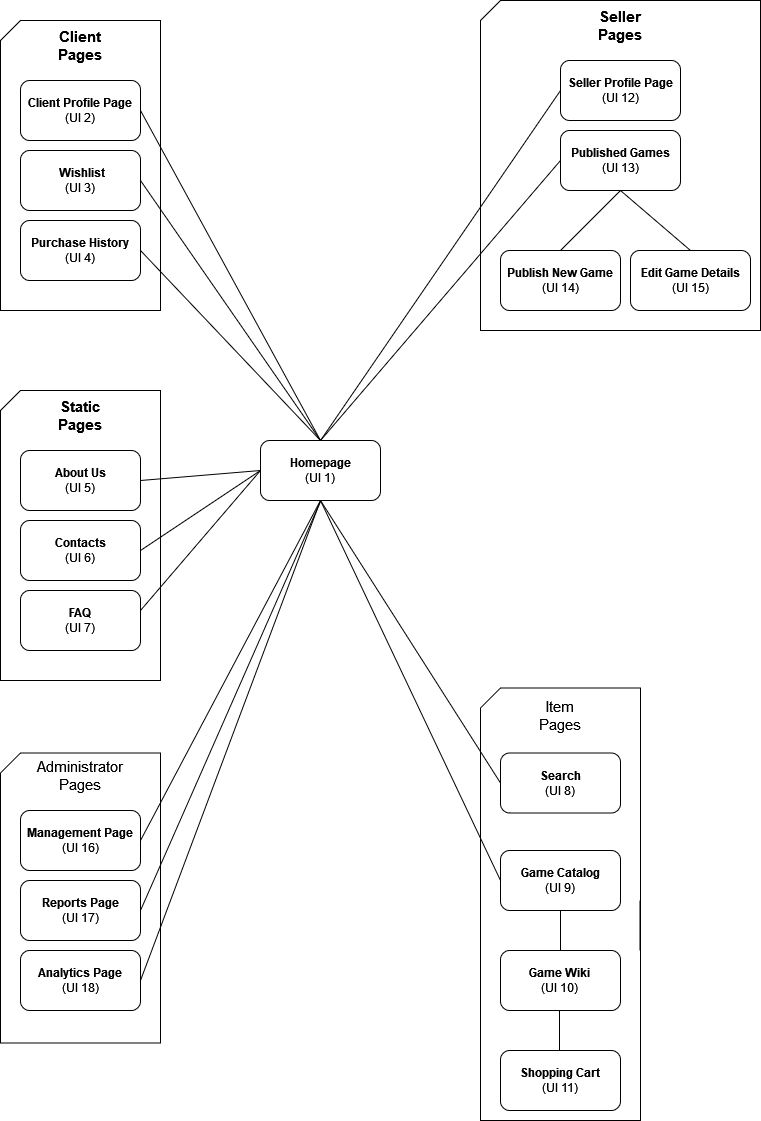
Earlier version of the draw.io export assets/sitemap.png (YZ1GO/L.EIC023_LBAW_PRJ). Source tidied: cells renumbered, new cells last; positions are measured from the earlier drawing's top-left corner, leaving out a move shared by most shapes.
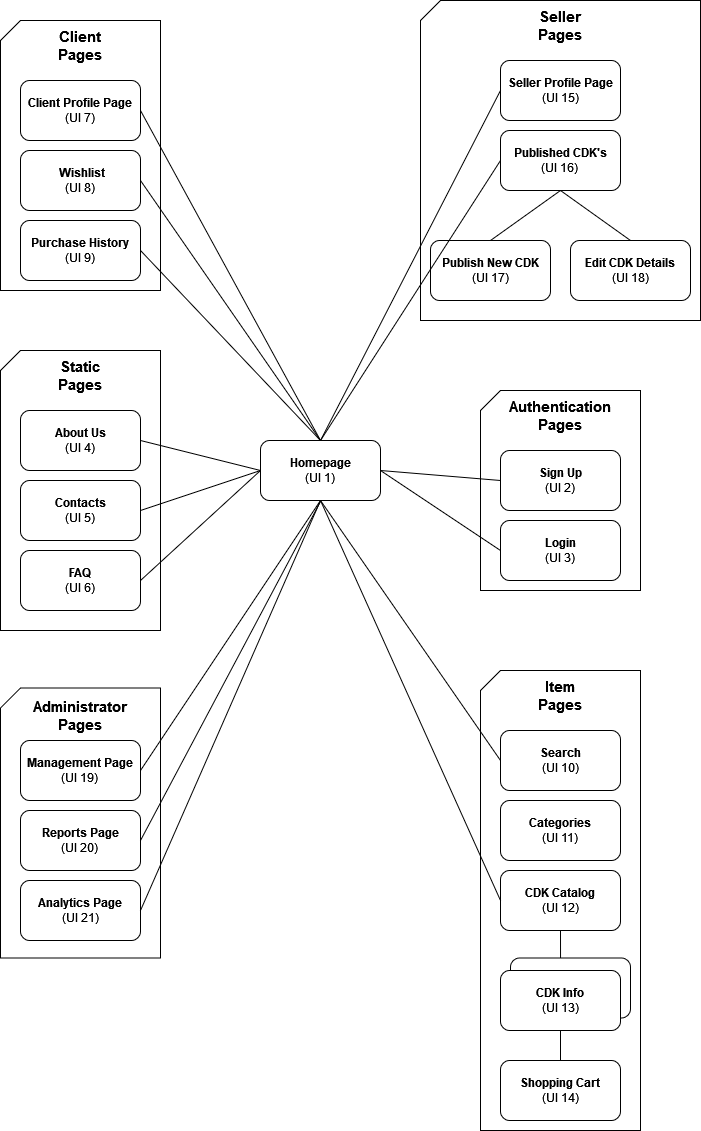
After the commit.

Commit message:
Changing sitemap to meet all checklist points and adding it to Readme file.

Change to the diagram source:
```diff
@@ -3,67 +3,61 @@
     <mxCell id="0" />
     <mxCell id="1" parent="0" />
     <mxCell id="2" style="verticalLabelPosition=bottom;verticalAlign=top;html=1;shape=card;whiteSpace=wrap;size=20;arcSize=12;direction=east;" parent="1" vertex="1">
-      <mxGeometry y="752.5" width="160" height="290" as="geometry" />
+      <mxGeometry y="687.5" width="160" height="270" as="geometry" />
     </mxCell>
-    <mxCell id="3" value="&lt;font style=&quot;font-size: 15px;&quot;&gt;Administrator Pages&lt;/font&gt;" style="text;html=1;align=center;verticalAlign=middle;whiteSpace=wrap;rounded=0;" parent="1" vertex="1">
-      <mxGeometry x="50" y="760" width="60" height="30" as="geometry" />
+    <mxCell id="3" value="&lt;font style=&quot;font-size: 15px;&quot;&gt;Administrator Pages&lt;/font&gt;" style="text;html=1;align=center;verticalAlign=middle;whiteSpace=wrap;rounded=0;fontStyle=1;" parent="1" vertex="1">
+      <mxGeometry x="50" y="700" width="60" height="30" as="geometry" />
     </mxCell>
-    <mxCell id="4" value="&lt;div&gt;&lt;b&gt;Analytics Page&lt;/b&gt;&lt;/div&gt;(UI 18)" style="rounded=1;whiteSpace=wrap;html=1;" parent="1" vertex="1">
-      <mxGeometry x="20" y="950" width="120" height="60" as="geometry" />
+    <mxCell id="4" value="&lt;div&gt;&lt;b&gt;Analytics Page&lt;/b&gt;&lt;/div&gt;(UI 21)" style="rounded=1;whiteSpace=wrap;html=1;" parent="1" vertex="1">
+      <mxGeometry x="20" y="880" width="120" height="60" as="geometry" />
     </mxCell>
-    <mxCell id="5" value="&lt;div&gt;&lt;b&gt;Reports Page&lt;/b&gt;&lt;/div&gt;(UI 17)" style="rounded=1;whiteSpace=wrap;html=1;" parent="1" vertex="1">
-      <mxGeometry x="20" y="880" width="120" height="60" as="geometry" />
+    <mxCell id="5" value="&lt;div&gt;&lt;b&gt;Reports Page&lt;/b&gt;&lt;/div&gt;&lt;div&gt;(UI 20)&lt;br&gt;&lt;/div&gt;" style="rounded=1;whiteSpace=wrap;html=1;" parent="1" vertex="1">
+      <mxGeometry x="20" y="810" width="120" height="60" as="geometry" />
     </mxCell>
-    <mxCell id="6" value="&lt;div&gt;&lt;b&gt;Management Page&lt;/b&gt;&lt;/div&gt;(UI 16)" style="rounded=1;whiteSpace=wrap;html=1;" parent="1" vertex="1">
-      <mxGeometry x="20" y="810" width="120" height="60" as="geometry" />
+    <mxCell id="6" value="&lt;div&gt;&lt;b&gt;Management Page&lt;/b&gt;&lt;/div&gt;&lt;div&gt;(UI 19)&lt;br&gt;&lt;/div&gt;" style="rounded=1;whiteSpace=wrap;html=1;" parent="1" vertex="1">
+      <mxGeometry x="20" y="740" width="120" height="60" as="geometry" />
     </mxCell>
     <mxCell id="7" style="verticalLabelPosition=bottom;verticalAlign=top;html=1;shape=card;whiteSpace=wrap;size=20;arcSize=12;direction=east;" parent="1" vertex="1">
-      <mxGeometry y="20" width="160" height="290" as="geometry" />
+      <mxGeometry y="20" width="160" height="270" as="geometry" />
     </mxCell>
     <mxCell id="8" value="&lt;font style=&quot;font-size: 15px;&quot;&gt;&lt;b&gt;Client Pages&lt;/b&gt;&lt;/font&gt;" style="text;html=1;align=center;verticalAlign=middle;whiteSpace=wrap;rounded=0;" parent="1" vertex="1">
       <mxGeometry x="50" y="30" width="60" height="30" as="geometry" />
     </mxCell>
-    <mxCell id="9" value="&lt;div&gt;&lt;b&gt;&amp;nbsp;Wishlist&lt;/b&gt;&lt;/div&gt;(UI 3)" style="rounded=1;whiteSpace=wrap;html=1;" parent="1" vertex="1">
+    <mxCell id="9" value="&lt;div&gt;&lt;b&gt;&amp;nbsp;Wishlist&lt;/b&gt;&lt;/div&gt;(UI 8)" style="rounded=1;whiteSpace=wrap;html=1;" parent="1" vertex="1">
       <mxGeometry x="20" y="150" width="120" height="60" as="geometry" />
     </mxCell>
-    <mxCell id="10" value="&lt;div&gt;&lt;b&gt;Purchase History&lt;/b&gt;&lt;/div&gt;&lt;div&gt;(UI 4)&lt;b&gt;&lt;br&gt;&lt;/b&gt;&lt;/div&gt;" style="rounded=1;whiteSpace=wrap;html=1;" parent="1" vertex="1">
+    <mxCell id="10" value="&lt;div&gt;&lt;b&gt;Purchase History&lt;/b&gt;&lt;/div&gt;(UI 9)" style="rounded=1;whiteSpace=wrap;html=1;" parent="1" vertex="1">
       <mxGeometry x="20" y="220" width="120" height="60" as="geometry" />
     </mxCell>
-    <mxCell id="11" value="&lt;div&gt;&lt;b&gt;Client Profile Page&lt;/b&gt;&lt;/div&gt;(UI 2)" style="rounded=1;whiteSpace=wrap;html=1;" parent="1" vertex="1">
-      <mxGeometry x="20" y="80" width="120" height="60" as="geometry" />
-    </mxCell>
     <mxCell id="12" style="verticalLabelPosition=bottom;verticalAlign=top;html=1;shape=card;whiteSpace=wrap;size=20;arcSize=12;direction=east;" parent="1" vertex="1">
-      <mxGeometry x="480" width="280" height="330" as="geometry" />
+      <mxGeometry x="420" width="280" height="320" as="geometry" />
     </mxCell>
     <mxCell id="13" value="&lt;b&gt;&lt;font style=&quot;font-size: 15px;&quot;&gt;Seller Pages&lt;/font&gt;&lt;/b&gt;" style="text;html=1;align=center;verticalAlign=middle;whiteSpace=wrap;rounded=0;" parent="1" vertex="1">
-      <mxGeometry x="590" y="10" width="60" height="30" as="geometry" />
+      <mxGeometry x="530" y="10" width="60" height="30" as="geometry" />
     </mxCell>
-    <mxCell id="14" value="&lt;div&gt;&lt;b&gt;Seller Profile Page&lt;/b&gt;&lt;/div&gt;(UI 12)" style="rounded=1;whiteSpace=wrap;html=1;" parent="1" vertex="1">
-      <mxGeometry x="560" y="60" width="120" height="60" as="geometry" />
-    </mxCell>
-    <mxCell id="15" value="&lt;div&gt;&lt;b&gt;Published Games&lt;/b&gt;&lt;/div&gt;(UI 13)" style="rounded=1;whiteSpace=wrap;html=1;" parent="1" vertex="1">
-      <mxGeometry x="560" y="130" width="120" height="60" as="geometry" />
+    <mxCell id="15" value="&lt;div&gt;&lt;b&gt;Published CDK's&lt;/b&gt;&lt;/div&gt;&lt;div&gt;(UI 16)&lt;b&gt;&lt;br&gt;&lt;/b&gt;&lt;/div&gt;" style="rounded=1;whiteSpace=wrap;html=1;" parent="1" vertex="1">
+      <mxGeometry x="500" y="130" width="120" height="60" as="geometry" />
     </mxCell>
     <mxCell id="16" style="endArrow=none;html=1;rounded=0;exitX=0.5;exitY=1;exitDx=0;exitDy=0;entryX=0.5;entryY=0;entryDx=0;entryDy=0;" parent="1" edge="1" source="15" target="18">
       <mxGeometry relative="1" as="geometry" />
     </mxCell>
-    <mxCell id="17" value="&lt;div&gt;&lt;b&gt;Edit Game Details&lt;/b&gt;&lt;/div&gt;(UI 15)" style="rounded=1;whiteSpace=wrap;html=1;" parent="1" vertex="1">
-      <mxGeometry x="630" y="250" width="120" height="60" as="geometry" />
+    <mxCell id="17" value="&lt;div&gt;&lt;b&gt;Edit CDK Details&lt;/b&gt;&lt;/div&gt;(UI 18)" style="rounded=1;whiteSpace=wrap;html=1;" parent="1" vertex="1">
+      <mxGeometry x="570" y="240" width="120" height="60" as="geometry" />
     </mxCell>
-    <mxCell id="18" value="&lt;div&gt;&lt;b&gt;Publish New Game&lt;/b&gt;&lt;/div&gt;(UI 14)" style="rounded=1;whiteSpace=wrap;html=1;" parent="1" vertex="1">
-      <mxGeometry x="500" y="250" width="120" height="60" as="geometry" />
+    <mxCell id="18" value="&lt;div&gt;&lt;b&gt;Publish New CDK&lt;/b&gt;&lt;/div&gt;(UI 17)" style="rounded=1;whiteSpace=wrap;html=1;" parent="1" vertex="1">
+      <mxGeometry x="430" y="240" width="120" height="60" as="geometry" />
     </mxCell>
     <mxCell id="19" style="verticalLabelPosition=bottom;verticalAlign=top;html=1;shape=card;whiteSpace=wrap;size=20;arcSize=12;direction=east;" parent="1" vertex="1">
-      <mxGeometry y="390" width="160" height="290" as="geometry" />
+      <mxGeometry y="350" width="160" height="280" as="geometry" />
     </mxCell>
     <mxCell id="20" value="&lt;font style=&quot;font-size: 15px;&quot;&gt;&lt;b&gt;Static Pages&lt;/b&gt;&lt;/font&gt;" style="text;html=1;align=center;verticalAlign=middle;whiteSpace=wrap;rounded=0;" parent="1" vertex="1">
-      <mxGeometry x="50" y="400" width="60" height="30" as="geometry" />
+      <mxGeometry x="50" y="360" width="60" height="30" as="geometry" />
     </mxCell>
-    <mxCell id="21" value="&lt;div&gt;&lt;b&gt;Contacts&lt;/b&gt;&lt;/div&gt;&lt;div&gt;(UI 6)&lt;br&gt;&lt;/div&gt;" style="rounded=1;whiteSpace=wrap;html=1;" parent="1" vertex="1">
-      <mxGeometry x="20" y="520" width="120" height="60" as="geometry" />
+    <mxCell id="21" value="&lt;div&gt;&lt;b&gt;Contacts&lt;/b&gt;&lt;/div&gt;(UI 5)" style="rounded=1;whiteSpace=wrap;html=1;" parent="1" vertex="1">
+      <mxGeometry x="20" y="480" width="120" height="60" as="geometry" />
     </mxCell>
-    <mxCell id="22" value="&lt;div&gt;&lt;b&gt;About Us&lt;/b&gt;&lt;/div&gt;&lt;div&gt;(UI 5)&lt;b&gt;&lt;br&gt;&lt;/b&gt;&lt;/div&gt;" style="rounded=1;whiteSpace=wrap;html=1;" parent="1" vertex="1">
-      <mxGeometry x="20" y="450" width="120" height="60" as="geometry" />
+    <mxCell id="22" value="&lt;div&gt;&lt;b&gt;About Us&lt;/b&gt;&lt;/div&gt;(UI 4)" style="rounded=1;whiteSpace=wrap;html=1;" parent="1" vertex="1">
+      <mxGeometry x="20" y="410" width="120" height="60" as="geometry" />
     </mxCell>
     <mxCell id="23" value="&lt;div&gt;&lt;b&gt;Homepage&lt;/b&gt;&lt;/div&gt;(UI 1)" style="rounded=1;whiteSpace=wrap;html=1;" parent="1" vertex="1">
       <mxGeometry x="260" y="440" width="120" height="60" as="geometry" />
@@ -76,7 +70,7 @@
         <mxPoint x="320" y="440" as="sourcePoint" />
       </mxGeometry>
     </mxCell>
-    <mxCell id="26" style="endArrow=none;html=1;rounded=0;entryX=1;entryY=0.5;entryDx=0;entryDy=0;exitX=0.5;exitY=0;exitDx=0;exitDy=0;" parent="1" edge="1" source="23" target="11">
+    <mxCell id="26" style="endArrow=none;html=1;rounded=0;entryX=1;entryY=0.5;entryDx=0;entryDy=0;exitX=0.5;exitY=0;exitDx=0;exitDy=0;" parent="1" edge="1" source="23" target="48">
       <mxGeometry relative="1" as="geometry" />
     </mxCell>
     <mxCell id="27" style="endArrow=none;html=1;rounded=0;entryX=1;entryY=0.5;entryDx=0;entryDy=0;exitX=0.5;exitY=0;exitDx=0;exitDy=0;" parent="1" edge="1" source="23" target="9">
@@ -89,22 +83,22 @@
       <mxGeometry relative="1" as="geometry" />
     </mxCell>
     <mxCell id="30" style="verticalLabelPosition=bottom;verticalAlign=top;html=1;shape=card;whiteSpace=wrap;size=20;arcSize=12;direction=east;" parent="1" vertex="1">
-      <mxGeometry x="480" y="687.5" width="160" height="432.5" as="geometry" />
+      <mxGeometry x="480" y="670" width="160" height="460" as="geometry" />
     </mxCell>
-    <mxCell id="31" value="&lt;font style=&quot;font-size: 15px;&quot;&gt;Item Pages&lt;/font&gt;" style="text;html=1;align=center;verticalAlign=middle;whiteSpace=wrap;rounded=0;" parent="1" vertex="1">
-      <mxGeometry x="530" y="700" width="60" height="30" as="geometry" />
+    <mxCell id="31" value="&lt;font style=&quot;font-size: 15px;&quot;&gt;Item Pages&lt;/font&gt;" style="text;html=1;align=center;verticalAlign=middle;whiteSpace=wrap;rounded=0;fontStyle=1;" parent="1" vertex="1">
+      <mxGeometry x="530" y="680" width="60" height="30" as="geometry" />
     </mxCell>
-    <mxCell id="32" value="&lt;div&gt;&lt;b&gt;Search&lt;/b&gt;&lt;/div&gt;(UI 8)" style="rounded=1;whiteSpace=wrap;html=1;" parent="1" vertex="1">
-      <mxGeometry x="500" y="752.5" width="120" height="60" as="geometry" />
+    <mxCell id="32" value="&lt;div&gt;&lt;b&gt;Search&lt;/b&gt;&lt;/div&gt;(UI 10)" style="rounded=1;whiteSpace=wrap;html=1;" parent="1" vertex="1">
+      <mxGeometry x="500" y="730" width="120" height="60" as="geometry" />
     </mxCell>
-    <mxCell id="33" value="&lt;div&gt;&lt;b&gt;Game Catalog&lt;/b&gt;&lt;/div&gt;(UI 9)" style="rounded=1;whiteSpace=wrap;html=1;" parent="1" vertex="1">
-      <mxGeometry x="500" y="850" width="120" height="60" as="geometry" />
+    <mxCell id="33" value="&lt;div&gt;&lt;b&gt;CDK Catalog&lt;/b&gt;&lt;/div&gt;(UI 12)" style="rounded=1;whiteSpace=wrap;html=1;" parent="1" vertex="1">
+      <mxGeometry x="500" y="870" width="120" height="60" as="geometry" />
     </mxCell>
-    <mxCell id="34" value="&lt;div&gt;&lt;b&gt;Game Wiki&lt;br&gt;&lt;/b&gt;&lt;/div&gt;(UI 10)" style="rounded=1;whiteSpace=wrap;html=1;" parent="1" vertex="1">
-      <mxGeometry x="500" y="950" width="120" height="60" as="geometry" />
+    <mxCell id="34" style="rounded=1;whiteSpace=wrap;html=1;" parent="1" vertex="1">
+      <mxGeometry x="510" y="957.5" width="120" height="60" as="geometry" />
     </mxCell>
-    <mxCell id="35" value="&lt;div&gt;&lt;b&gt;Shopping Cart&lt;/b&gt;&lt;/div&gt;(UI 11)" style="rounded=1;whiteSpace=wrap;html=1;" parent="1" vertex="1">
-      <mxGeometry x="500" y="1050" width="120" height="60" as="geometry" />
+    <mxCell id="35" value="&lt;div&gt;&lt;b&gt;Shopping Cart&lt;/b&gt;&lt;/div&gt;(UI 14)" style="rounded=1;whiteSpace=wrap;html=1;" parent="1" vertex="1">
+      <mxGeometry x="500" y="1060" width="120" height="60" as="geometry" />
     </mxCell>
     <mxCell id="36" style="endArrow=none;html=1;rounded=0;exitX=1;exitY=0.5;exitDx=0;exitDy=0;entryX=0;entryY=0.5;entryDx=0;entryDy=0;" parent="1" edge="1" source="6">
       <mxGeometry relative="1" as="geometry">
@@ -122,39 +116,65 @@
     <mxCell id="39" style="endArrow=none;html=1;rounded=0;exitX=0.5;exitY=1;exitDx=0;exitDy=0;entryX=0.5;entryY=0;entryDx=0;entryDy=0;" parent="1" edge="1" source="15" target="17">
       <mxGeometry relative="1" as="geometry" />
     </mxCell>
-    <mxCell id="40" style="endArrow=none;html=1;rounded=0;exitX=0.5;exitY=0;exitDx=0;exitDy=0;entryX=0;entryY=0.5;entryDx=0;entryDy=0;" parent="1" edge="1" source="23" target="14">
-      <mxGeometry relative="1" as="geometry" />
-    </mxCell>
-    <mxCell id="41" value="&lt;div&gt;&lt;b&gt;FAQ&lt;/b&gt;&lt;/div&gt;(UI 7)" style="rounded=1;whiteSpace=wrap;html=1;" parent="1" vertex="1">
-      <mxGeometry x="20" y="590" width="120" height="60" as="geometry" />
+    <mxCell id="41" value="&lt;div&gt;&lt;b&gt;FAQ&lt;/b&gt;&lt;/div&gt;(UI 6)" style="rounded=1;whiteSpace=wrap;html=1;" parent="1" vertex="1">
+      <mxGeometry x="20" y="550" width="120" height="60" as="geometry" />
     </mxCell>
-    <mxCell id="42" style="endArrow=none;html=1;rounded=0;exitX=1;exitY=0.5;exitDx=0;exitDy=0;entryX=0;entryY=0.5;entryDx=0;entryDy=0;" parent="1" edge="1" target="23">
-      <mxGeometry relative="1" as="geometry">
-        <mxPoint x="140" y="610" as="sourcePoint" />
-      </mxGeometry>
+    <mxCell id="42" style="endArrow=none;html=1;rounded=0;exitX=1;exitY=0.5;exitDx=0;exitDy=0;entryX=0;entryY=0.5;entryDx=0;entryDy=0;" parent="1" edge="1" source="41" target="23">
+      <mxGeometry relative="1" as="geometry" />
     </mxCell>
-    <mxCell id="43" style="endArrow=none;html=1;rounded=0;exitX=0.5;exitY=0.553;exitDx=0;exitDy=0;exitPerimeter=0;" parent="1" edge="1">
-      <mxGeometry relative="1" as="geometry">
-        <mxPoint x="639.5" y="950" as="sourcePoint" />
-        <mxPoint x="639.5" y="900" as="targetPoint" />
-      </mxGeometry>
-    </mxCell>
     <mxCell id="44" style="endArrow=none;html=1;rounded=0;entryX=0.5;entryY=1;entryDx=0;entryDy=0;exitX=0;exitY=0.5;exitDx=0;exitDy=0;" parent="1" edge="1" source="32" target="23">
       <mxGeometry relative="1" as="geometry" />
     </mxCell>
     <mxCell id="45" style="endArrow=none;html=1;rounded=0;entryX=0.5;entryY=1;entryDx=0;entryDy=0;exitX=0;exitY=0.5;exitDx=0;exitDy=0;" parent="1" edge="1" source="33" target="23">
       <mxGeometry relative="1" as="geometry" />
     </mxCell>
-    <mxCell id="46" style="endArrow=none;html=1;rounded=0;exitX=0.5;exitY=0;exitDx=0;exitDy=0;" parent="1" edge="1" source="34">
-      <mxGeometry relative="1" as="geometry">
-        <mxPoint x="560" y="910" as="targetPoint" />
-      </mxGeometry>
+    <mxCell id="46" style="endArrow=none;html=1;rounded=0;exitX=0.417;exitY=0;exitDx=0;exitDy=0;entryX=0.5;entryY=1;entryDx=0;entryDy=0;exitPerimeter=0;" parent="1" edge="1" source="34" target="33">
+      <mxGeometry relative="1" as="geometry" />
     </mxCell>
-    <mxCell id="47" style="endArrow=none;html=1;rounded=0;exitX=0.5;exitY=0;exitDx=0;exitDy=0;" parent="1" edge="1">
+    <mxCell id="47" style="endArrow=none;html=1;rounded=0;exitX=0.5;exitY=0;exitDx=0;exitDy=0;entryX=0.5;entryY=1;entryDx=0;entryDy=0;" parent="1" edge="1" target="51">
       <mxGeometry relative="1" as="geometry">
-        <mxPoint x="559" y="1050" as="sourcePoint" />
-        <mxPoint x="559" y="1010" as="targetPoint" />
+        <mxPoint x="560" y="1060" as="sourcePoint" />
       </mxGeometry>
     </mxCell>
+    <mxCell id="48" value="&lt;div&gt;&lt;b&gt;Client Profile Page&lt;/b&gt;&lt;/div&gt;(UI 7)" style="rounded=1;whiteSpace=wrap;html=1;" parent="1" vertex="1">
+      <mxGeometry x="20" y="80" width="120" height="60" as="geometry" />
+    </mxCell>
+    <mxCell id="49" value="&lt;div&gt;&lt;b&gt;Seller Profile Page&lt;/b&gt;&lt;/div&gt;(UI 15)" style="rounded=1;whiteSpace=wrap;html=1;" parent="1" vertex="1">
+      <mxGeometry x="500" y="60" width="120" height="60" as="geometry" />
+    </mxCell>
+    <mxCell id="50" style="endArrow=none;html=1;rounded=0;" parent="1" edge="1">
+      <mxGeometry relative="1" as="geometry">
+        <mxPoint x="320" y="440" as="sourcePoint" />
+        <mxPoint x="500" y="90" as="targetPoint" />
+      </mxGeometry>
+    </mxCell>
+    <mxCell id="51" value="&lt;div&gt;&lt;b&gt;CDK Info&lt;/b&gt;&lt;/div&gt;(UI 13)" style="rounded=1;whiteSpace=wrap;html=1;" parent="1" vertex="1">
+      <mxGeometry x="500" y="970" width="120" height="60" as="geometry" />
+    </mxCell>
+    <mxCell id="52" style="verticalLabelPosition=bottom;verticalAlign=top;html=1;shape=card;whiteSpace=wrap;size=20;arcSize=12;direction=east;" parent="1" vertex="1">
+      <mxGeometry x="480" y="390" width="160" height="200" as="geometry" />
+    </mxCell>
+    <mxCell id="53" value="&lt;div&gt;&lt;b&gt;Sign Up&lt;/b&gt;&lt;/div&gt;(UI 2)" style="rounded=1;whiteSpace=wrap;html=1;" parent="1" vertex="1">
+      <mxGeometry x="500" y="450" width="120" height="60" as="geometry" />
+    </mxCell>
+    <mxCell id="54" value="&lt;div&gt;&lt;b&gt;Login&lt;/b&gt;&lt;/div&gt;(UI 3)" style="rounded=1;whiteSpace=wrap;html=1;" parent="1" vertex="1">
+      <mxGeometry x="500" y="520" width="120" height="60" as="geometry" />
+    </mxCell>
+    <mxCell id="55" value="&lt;font style=&quot;font-size: 15px;&quot;&gt;&lt;b&gt;Authentication Pages&lt;/b&gt;&lt;/font&gt;" style="text;html=1;align=center;verticalAlign=middle;whiteSpace=wrap;rounded=0;" parent="1" vertex="1">
+      <mxGeometry x="530" y="400" width="60" height="30" as="geometry" />
+    </mxCell>
+    <mxCell id="56" value="&lt;div&gt;&lt;b&gt;Categories&lt;/b&gt;&lt;/div&gt;(UI 11)" style="rounded=1;whiteSpace=wrap;html=1;" parent="1" vertex="1">
+      <mxGeometry x="500" y="800" width="120" height="60" as="geometry" />
+    </mxCell>
+    <mxCell id="57" style="endArrow=none;html=1;rounded=0;exitX=1;exitY=0.5;exitDx=0;exitDy=0;entryX=0;entryY=0.5;entryDx=0;entryDy=0;" parent="1" edge="1" target="53">
+      <mxGeometry relative="1" as="geometry">
+        <mxPoint x="380" y="470" as="sourcePoint" />
+      </mxGeometry>
+    </mxCell>
+    <mxCell id="58" style="endArrow=none;html=1;rounded=0;exitX=1;exitY=0.5;exitDx=0;exitDy=0;entryX=0;entryY=0.5;entryDx=0;entryDy=0;" parent="1" edge="1" source="23">
+      <mxGeometry relative="1" as="geometry">
+        <mxPoint x="500" y="550" as="targetPoint" />
+      </mxGeometry>
+    </mxCell>
   </root>
 </mxGraphModel>
```
